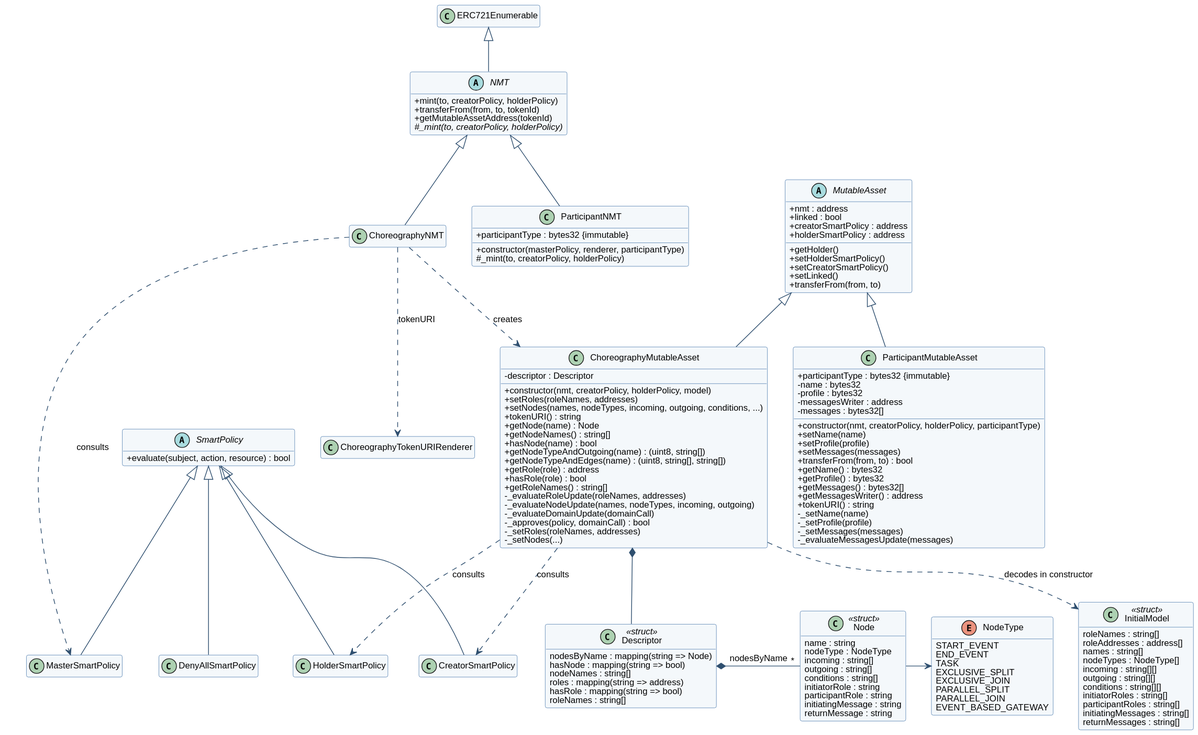
Earlier version of the PlantUML export docs/uml/class-diagram.svg (d0na/ChorNMT).
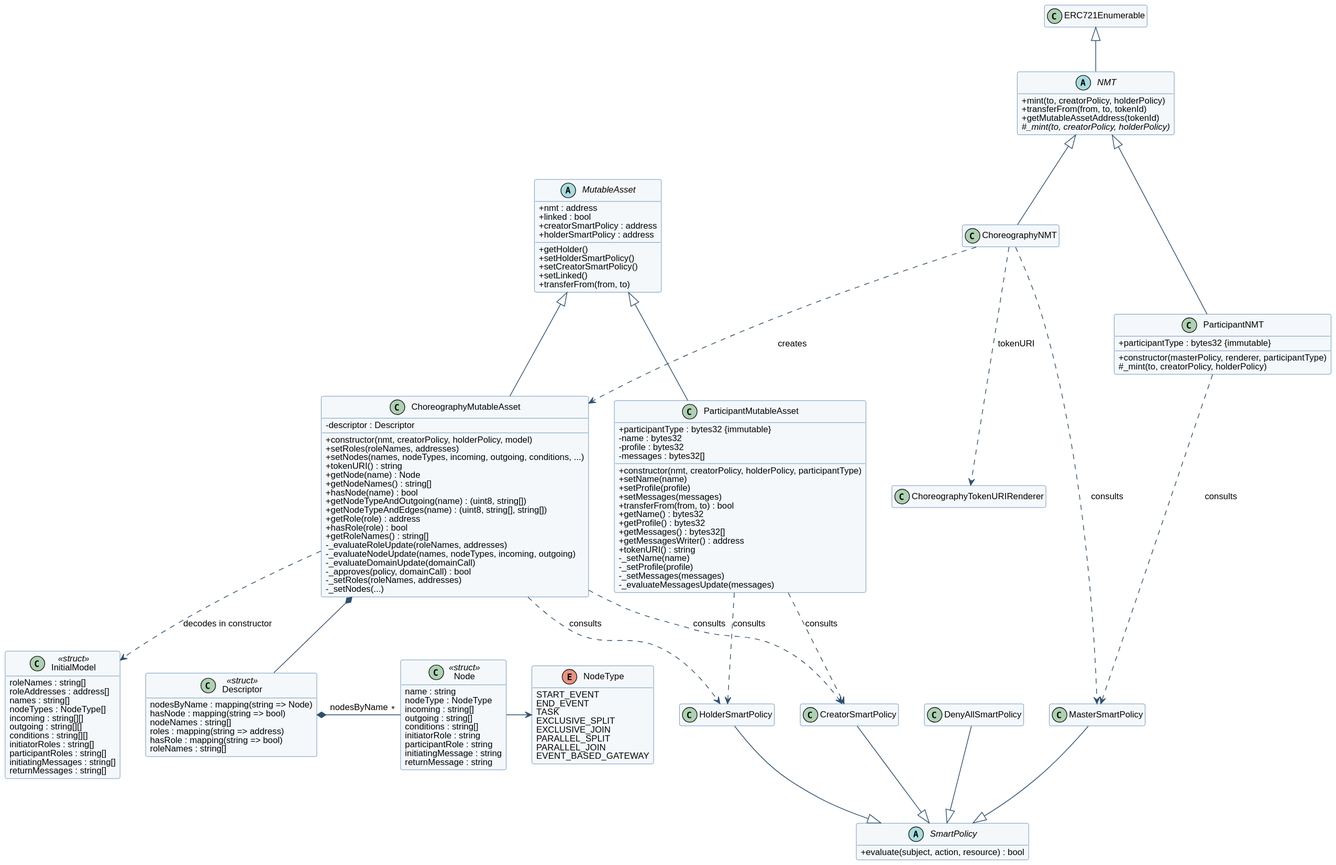
Above is the later version.

What changed in the source:
```diff
@@ -118,7 +118,6 @@
   + participantType : bytes32 {immutable}
   - name : bytes32
   - profile : bytes32
-  - messagesWriter : address
   - messages : bytes32[]
   + constructor(nmt, creatorPolicy, holderPolicy, participantType)
   + setName(name)
@@ -141,10 +140,11 @@
 NMT <|-- ParticipantNMT
 MutableAsset <|-- ChoreographyMutableAsset
 MutableAsset <|-- ParticipantMutableAsset
-SmartPolicy <|-- MasterSmartPolicy
-SmartPolicy <|-- CreatorSmartPolicy
-SmartPolicy <|-- HolderSmartPolicy
-SmartPolicy <|-- DenyAllSmartPolicy
+MasterSmartPolicy -down-|> SmartPolicy
+CreatorSmartPolicy -down-|> SmartPolicy
+HolderSmartPolicy -down-|> SmartPolicy
+DenyAllSmartPolicy -down-|> SmartPolicy
+ParticipantMutableAsset -[hidden]down- MasterSmartPolicy
 
 ChoreographyMutableAsset *-- Descriptor
 Descriptor *-right- "*" Node : nodesByName
@@ -156,4 +156,7 @@
 ChoreographyNMT ..> ChoreographyTokenURIRenderer : tokenURI
 ChoreographyMutableAsset ..> CreatorSmartPolicy : consults
 ChoreographyMutableAsset ..> HolderSmartPolicy : consults
+ParticipantNMT ..> MasterSmartPolicy : consults
+ParticipantMutableAsset ..> CreatorSmartPolicy : consults
+ParticipantMutableAsset ..> HolderSmartPolicy : consults
 @enduml
```
